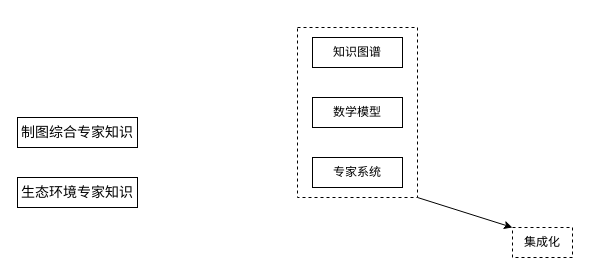
huxinkan517/DRAW.IO keeps this draw.io diagram as KG CG.drawio. Above is the earlier version. Source tidied: cells renumbered, new cells numbered last; positions are measured from the earlier drawing's top-left corner, leaving out a move shared by most shapes. Both pictures are drawn from the tidied source at 100%, with x=0, y=0 at pixel (17, 27).
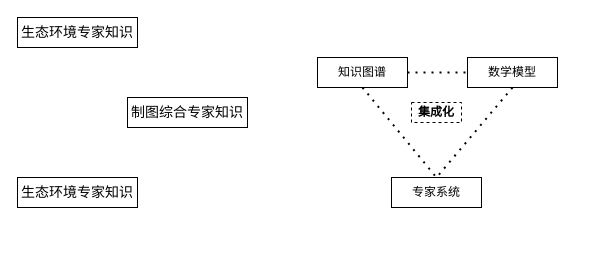
Above is the later version.

Change to the diagram source:
```diff
@@
 <mxGraphModel>
   <root>
     <mxCell id="0" />
     <mxCell id="1" parent="0" />
-    <mxCell id="2" style="rounded=0;whiteSpace=wrap;html=1;dashed=1;" parent="1" vertex="1">
-      <mxGeometry x="280" width="120" height="170" as="geometry" />
-    </mxCell>
     <mxCell id="3" value="知识图谱" style="rounded=0;whiteSpace=wrap;html=1;" parent="1" vertex="1">
-      <mxGeometry x="295" y="10" width="90" height="30" as="geometry" />
+      <mxGeometry x="300" y="30" width="90" height="30" as="geometry" />
     </mxCell>
     <mxCell id="4" value="数学模型" style="rounded=0;whiteSpace=wrap;html=1;" parent="1" vertex="1">
-      <mxGeometry x="295" y="70" width="90" height="30" as="geometry" />
+      <mxGeometry x="450" y="30" width="90" height="30" as="geometry" />
     </mxCell>
     <mxCell id="5" value="专家系统" style="rounded=0;whiteSpace=wrap;html=1;" parent="1" vertex="1">
-      <mxGeometry x="295" y="130" width="90" height="30" as="geometry" />
+      <mxGeometry x="374" y="150" width="90" height="30" as="geometry" />
     </mxCell>
     <mxCell id="6" value="&lt;span style=&quot;font-size: 10.5pt&quot;&gt;生态环境专家知识&lt;/span&gt;" style="rounded=0;whiteSpace=wrap;html=1;" parent="1" vertex="1">
       <mxGeometry y="150" width="120" height="30" as="geometry" />
     </mxCell>
     <mxCell id="7" value="&lt;span style=&quot;font-size: 10.5pt&quot;&gt;制图综合专家知识&lt;/span&gt;" style="rounded=0;whiteSpace=wrap;html=1;" parent="1" vertex="1">
-      <mxGeometry y="90" width="120" height="30" as="geometry" />
+      <mxGeometry x="110" y="70" width="120" height="30" as="geometry" />
     </mxCell>
-    <mxCell id="8" value="集成化" style="text;html=1;strokeColor=default;fillColor=none;align=center;verticalAlign=middle;whiteSpace=wrap;rounded=0;dashed=1;" parent="1" vertex="1">
-      <mxGeometry x="495" y="200" width="60" height="30" as="geometry" />
+    <mxCell id="8" value="&lt;b&gt;集成化&lt;/b&gt;" style="text;html=1;strokeColor=default;fillColor=none;align=center;verticalAlign=middle;whiteSpace=wrap;rounded=0;dashed=1;" parent="1" vertex="1">
+      <mxGeometry x="394" y="75" width="50" height="20" as="geometry" />
     </mxCell>
-    <mxCell id="9" style="endArrow=classic;html=1;rounded=0;entryX=0;entryY=0;entryDx=0;entryDy=0;exitX=1;exitY=1;exitDx=0;exitDy=0;" parent="1" edge="1" source="2" target="8">
-      <mxGeometry relative="1" as="geometry" />
-    </mxCell>
+    <mxCell id="10" value="&lt;span style=&quot;font-size: 10.5pt&quot;&gt;生态环境专家知识&lt;/span&gt;" style="rounded=0;whiteSpace=wrap;html=1;" parent="1" vertex="1">
+      <mxGeometry y="-10" width="120" height="30" as="geometry" />
+    </mxCell>
+    <mxCell id="11" style="endArrow=none;dashed=1;html=1;dashPattern=1 3;strokeWidth=2;rounded=0;exitX=0.5;exitY=1;exitDx=0;exitDy=0;entryX=0.5;entryY=0;entryDx=0;entryDy=0;" parent="1" edge="1" source="3" target="5">
+      <mxGeometry relative="1" as="geometry" />
+    </mxCell>
+    <mxCell id="12" style="endArrow=none;dashed=1;html=1;dashPattern=1 3;strokeWidth=2;rounded=0;exitX=1;exitY=0.5;exitDx=0;exitDy=0;entryX=0;entryY=0.5;entryDx=0;entryDy=0;" parent="1" edge="1" source="3" target="4">
+      <mxGeometry relative="1" as="geometry" />
+    </mxCell>
+    <mxCell id="13" style="endArrow=none;dashed=1;html=1;dashPattern=1 3;strokeWidth=2;rounded=0;exitX=0.5;exitY=1;exitDx=0;exitDy=0;entryX=0.5;entryY=0;entryDx=0;entryDy=0;" parent="1" edge="1" source="4" target="5">
+      <mxGeometry relative="1" as="geometry" />
+    </mxCell>
   </root>
 </mxGraphModel>
```
